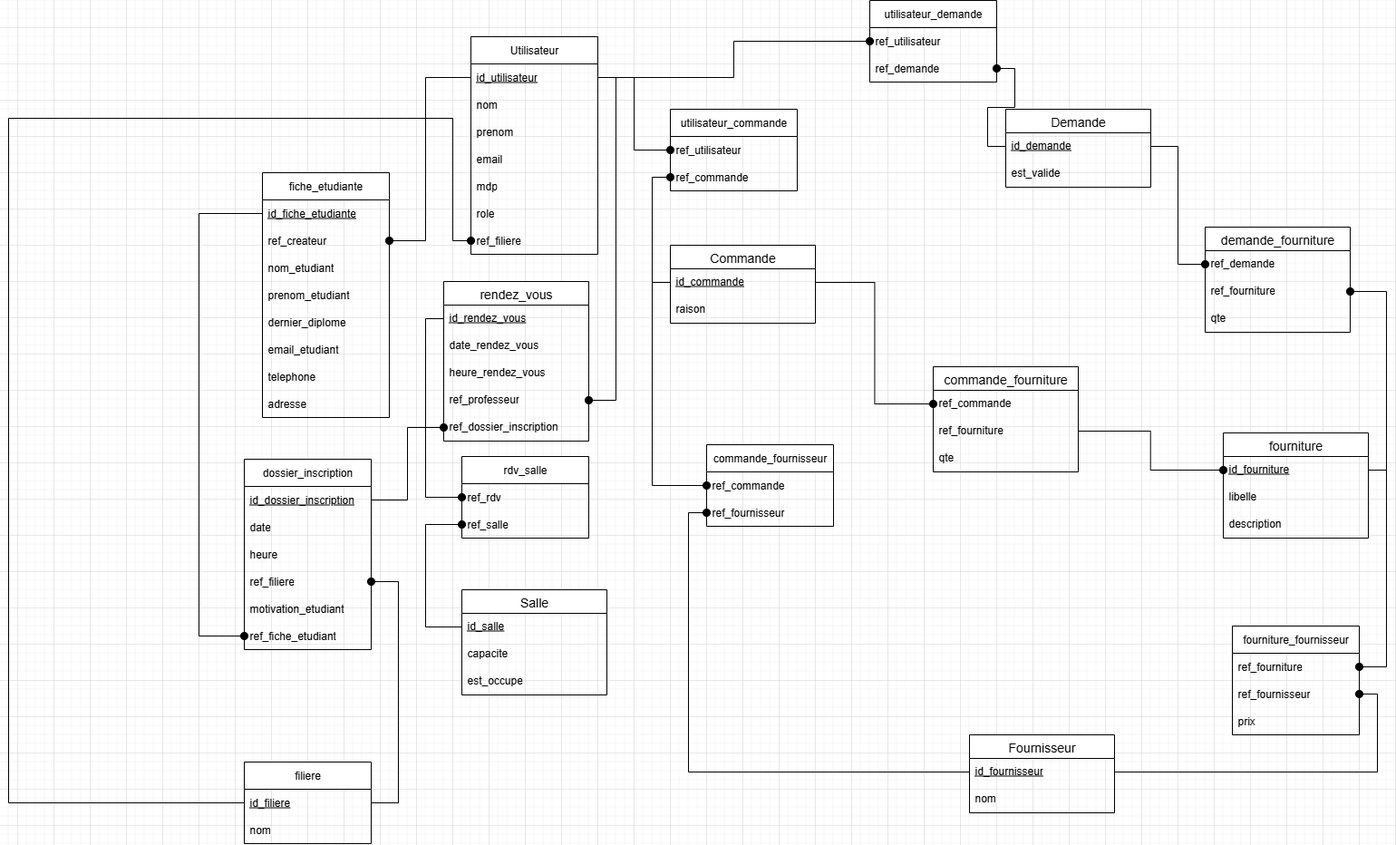
Ruthh-mt/gestion-LPRS keeps this draw.io diagram as info/mcd java-Page-2.drawio.png. Above is the earlier version. Source tidied: cells renumbered, new cells last; positions are measured from the earlier drawing's top-left corner, leaving out a move shared by most shapes.
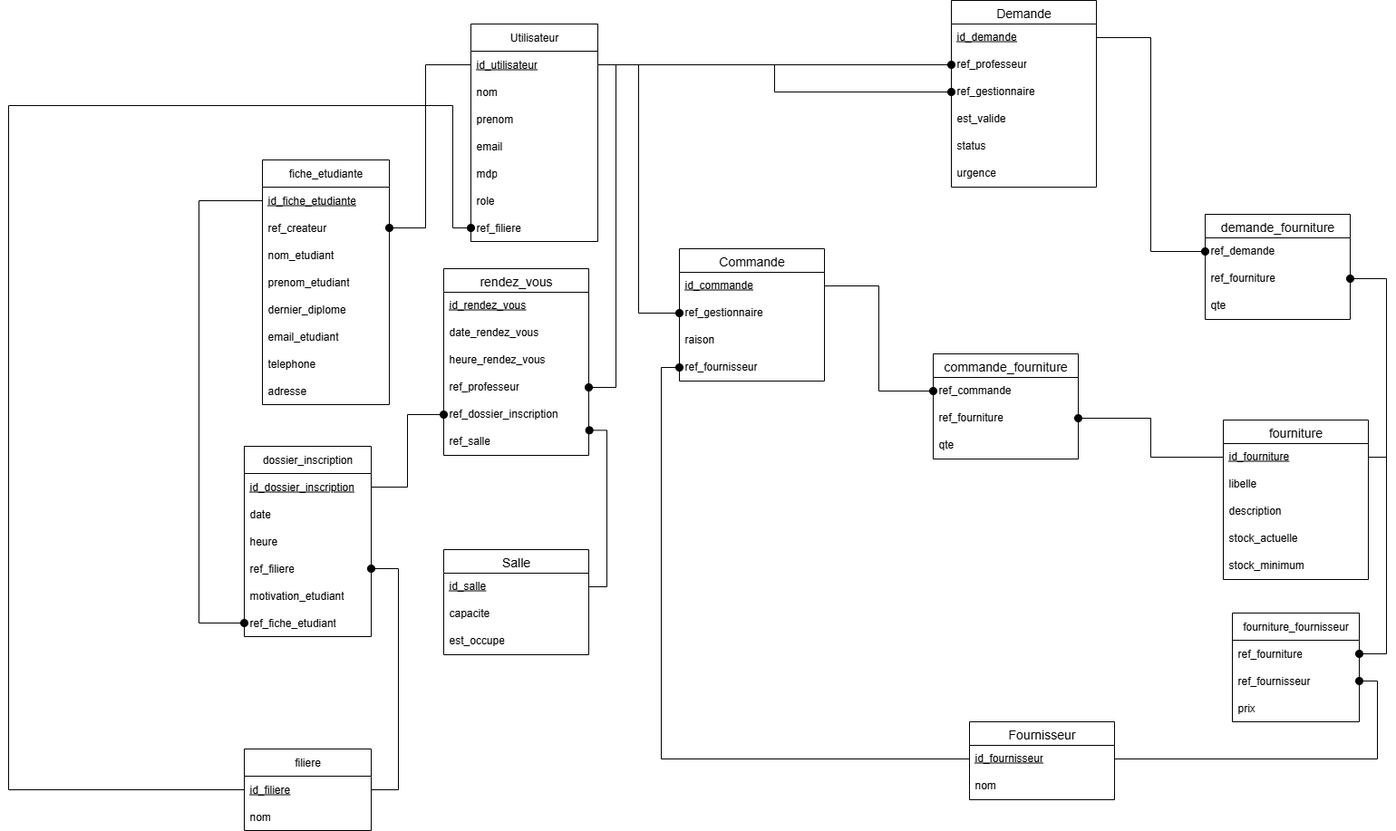
Later version of the same file.

Commit message:
feat : modification des mcd et mld

The edit, as a diff of the source:
```diff
@@ -84,7 +84,7 @@
       <mxGeometry y="60" width="140" height="30" as="geometry" />
     </mxCell>
     <mxCell id="29" value="rendez_vous" style="swimlane;fontStyle=0;horizontal=1;startSize=26;align=center;fontSize=14;" parent="1" vertex="1">
-      <mxGeometry x="480" y="310" width="160" height="176" as="geometry" />
+      <mxGeometry x="480" y="310" width="160" height="206" as="geometry" />
     </mxCell>
     <mxCell id="30" value="&lt;u&gt;id_rendez_vous&lt;/u&gt;" style="text;strokeColor=none;fillColor=none;spacingLeft=4;spacingRight=4;overflow=hidden;points=[[0,0.5],[1,0.5]];portConstraint=eastwest;fontSize=12;whiteSpace=wrap;html=1;" parent="29" vertex="1">
       <mxGeometry y="26" width="160" height="30" as="geometry" />
@@ -101,8 +101,11 @@
     <mxCell id="34" value="ref_dossier_inscription&lt;div&gt;&lt;br&gt;&lt;/div&gt;" style="text;strokeColor=none;fillColor=none;spacingLeft=4;spacingRight=4;overflow=hidden;points=[[0,0.5],[1,0.5]];portConstraint=eastwest;fontSize=12;whiteSpace=wrap;html=1;" parent="29" vertex="1">
       <mxGeometry y="146" width="160" height="30" as="geometry" />
     </mxCell>
+    <mxCell id="54" value="&lt;div&gt;ref_salle&lt;/div&gt;" style="text;strokeColor=none;fillColor=none;spacingLeft=4;spacingRight=4;overflow=hidden;points=[[0,0.5],[1,0.5]];portConstraint=eastwest;fontSize=12;whiteSpace=wrap;html=1;" parent="29" vertex="1">
+      <mxGeometry y="176" width="160" height="30" as="geometry" />
+    </mxCell>
     <mxCell id="35" value="Salle" style="swimlane;fontStyle=0;horizontal=1;startSize=26;align=center;fontSize=14;" parent="1" vertex="1">
-      <mxGeometry x="500" y="650" width="160" height="116" as="geometry" />
+      <mxGeometry x="480" y="620" width="160" height="116" as="geometry" />
     </mxCell>
     <mxCell id="36" value="&lt;u&gt;id_salle&lt;/u&gt;" style="text;strokeColor=none;fillColor=none;spacingLeft=4;spacingRight=4;overflow=hidden;points=[[0,0.5],[1,0.5]];portConstraint=eastwest;fontSize=12;whiteSpace=wrap;html=1;" parent="35" vertex="1">
       <mxGeometry y="26" width="160" height="30" as="geometry" />
@@ -114,25 +117,43 @@
       <mxGeometry y="86" width="160" height="30" as="geometry" />
     </mxCell>
     <mxCell id="39" value="Demande" style="swimlane;fontStyle=0;horizontal=1;startSize=26;align=center;fontSize=14;" parent="1" vertex="1">
-      <mxGeometry x="1100" y="120" width="160" height="86" as="geometry" />
+      <mxGeometry x="1040" y="14" width="160" height="206" as="geometry" />
     </mxCell>
     <mxCell id="40" value="&lt;u&gt;id_demande&lt;/u&gt;" style="text;strokeColor=none;fillColor=none;spacingLeft=4;spacingRight=4;overflow=hidden;points=[[0,0.5],[1,0.5]];portConstraint=eastwest;fontSize=12;whiteSpace=wrap;html=1;" parent="39" vertex="1">
       <mxGeometry y="26" width="160" height="30" as="geometry" />
     </mxCell>
+    <mxCell id="96" value="ref_professeur" style="text;strokeColor=none;fillColor=none;spacingLeft=4;spacingRight=4;overflow=hidden;points=[[0,0.5],[1,0.5]];portConstraint=eastwest;fontSize=12;whiteSpace=wrap;html=1;" parent="39" vertex="1">
+      <mxGeometry y="56" width="160" height="30" as="geometry" />
+    </mxCell>
+    <mxCell id="97" value="ref_gestionnaire" style="text;strokeColor=none;fillColor=none;spacingLeft=4;spacingRight=4;overflow=hidden;points=[[0,0.5],[1,0.5]];portConstraint=eastwest;fontSize=12;whiteSpace=wrap;html=1;" parent="39" vertex="1">
+      <mxGeometry y="86" width="160" height="30" as="geometry" />
+    </mxCell>
     <mxCell id="41" value="est_valide" style="text;strokeColor=none;fillColor=none;spacingLeft=4;spacingRight=4;overflow=hidden;fontSize=12;whiteSpace=wrap;html=1;" parent="39" vertex="1">
-      <mxGeometry y="56" width="160" height="30" as="geometry" />
+      <mxGeometry y="116" width="160" height="30" as="geometry" />
     </mxCell>
+    <mxCell id="98" value="status" style="text;strokeColor=none;fillColor=none;spacingLeft=4;spacingRight=4;overflow=hidden;fontSize=12;whiteSpace=wrap;html=1;" parent="39" vertex="1">
+      <mxGeometry y="146" width="160" height="30" as="geometry" />
+    </mxCell>
+    <mxCell id="99" value="urgence" style="text;strokeColor=none;fillColor=none;spacingLeft=4;spacingRight=4;overflow=hidden;fontSize=12;whiteSpace=wrap;html=1;" parent="39" vertex="1">
+      <mxGeometry y="176" width="160" height="30" as="geometry" />
+    </mxCell>
     <mxCell id="42" value="Commande" style="swimlane;fontStyle=0;horizontal=1;startSize=26;align=center;fontSize=14;" parent="1" vertex="1">
-      <mxGeometry x="730" y="270" width="160" height="86" as="geometry" />
+      <mxGeometry x="740" y="288" width="160" height="146" as="geometry" />
     </mxCell>
     <mxCell id="43" value="&lt;u&gt;id_commande&lt;/u&gt;" style="text;strokeColor=none;fillColor=none;spacingLeft=4;spacingRight=4;overflow=hidden;points=[[0,0.5],[1,0.5]];portConstraint=eastwest;fontSize=12;whiteSpace=wrap;html=1;" parent="42" vertex="1">
       <mxGeometry y="26" width="160" height="30" as="geometry" />
     </mxCell>
+    <mxCell id="100" value="ref_gestionnaire" style="text;strokeColor=none;fillColor=none;spacingLeft=4;spacingRight=4;overflow=hidden;points=[[0,0.5],[1,0.5]];portConstraint=eastwest;fontSize=12;whiteSpace=wrap;html=1;" parent="42" vertex="1">
+      <mxGeometry y="56" width="160" height="30" as="geometry" />
+    </mxCell>
     <mxCell id="44" value="raison" style="text;strokeColor=none;fillColor=none;spacingLeft=4;spacingRight=4;overflow=hidden;fontSize=12;whiteSpace=wrap;html=1;" parent="42" vertex="1">
-      <mxGeometry y="56" width="160" height="30" as="geometry" />
+      <mxGeometry y="86" width="160" height="30" as="geometry" />
     </mxCell>
+    <mxCell id="60" value="ref_fournisseur" style="text;strokeColor=none;fillColor=none;spacingLeft=4;spacingRight=4;overflow=hidden;points=[[0,0.5],[1,0.5]];portConstraint=eastwest;fontSize=12;whiteSpace=wrap;html=1;" parent="42" vertex="1">
+      <mxGeometry y="116" width="160" height="30" as="geometry" />
+    </mxCell>
     <mxCell id="45" value="fourniture" style="swimlane;fontStyle=0;horizontal=1;startSize=26;align=center;fontSize=14;" parent="1" vertex="1">
-      <mxGeometry x="1340" y="477" width="160" height="116" as="geometry" />
+      <mxGeometry x="1340" y="477" width="160" height="176" as="geometry" />
     </mxCell>
     <mxCell id="46" value="&lt;u&gt;id_fourniture&lt;/u&gt;" style="text;strokeColor=none;fillColor=none;spacingLeft=4;spacingRight=4;overflow=hidden;points=[[0,0.5],[1,0.5]];portConstraint=eastwest;fontSize=12;whiteSpace=wrap;html=1;" parent="45" vertex="1">
       <mxGeometry y="26" width="160" height="30" as="geometry" />
@@ -143,6 +164,12 @@
     <mxCell id="48" value="description" style="text;strokeColor=none;fillColor=none;spacingLeft=4;spacingRight=4;overflow=hidden;fontSize=12;whiteSpace=wrap;html=1;" parent="45" vertex="1">
       <mxGeometry y="86" width="160" height="30" as="geometry" />
     </mxCell>
+    <mxCell id="101" value="stock_actuelle" style="text;strokeColor=none;fillColor=none;spacingLeft=4;spacingRight=4;overflow=hidden;fontSize=12;whiteSpace=wrap;html=1;" parent="45" vertex="1">
+      <mxGeometry y="116" width="160" height="30" as="geometry" />
+    </mxCell>
+    <mxCell id="102" value="stock_minimum" style="text;strokeColor=none;fillColor=none;spacingLeft=4;spacingRight=4;overflow=hidden;fontSize=12;whiteSpace=wrap;html=1;" parent="45" vertex="1">
+      <mxGeometry y="146" width="160" height="30" as="geometry" />
+    </mxCell>
     <mxCell id="49" value="Fournisseur" style="swimlane;fontStyle=0;horizontal=1;startSize=26;align=center;fontSize=14;" parent="1" vertex="1">
       <mxGeometry x="1060" y="810" width="160" height="86" as="geometry" />
     </mxCell>
@@ -152,29 +179,6 @@
     <mxCell id="51" value="nom" style="text;strokeColor=none;fillColor=none;spacingLeft=4;spacingRight=4;overflow=hidden;fontSize=12;whiteSpace=wrap;html=1;" parent="49" vertex="1">
       <mxGeometry y="56" width="160" height="30" as="geometry" />
     </mxCell>
-    <mxCell id="52" value="rdv_salle" style="swimlane;fontStyle=0;horizontal=1;startSize=30;whiteSpace=wrap;html=1;" parent="1" vertex="1">
-      <mxGeometry x="500" y="503" width="140" height="90" as="geometry" />
-    </mxCell>
-    <mxCell id="53" value="ref_rdv" style="text;strokeColor=none;fillColor=none;align=left;verticalAlign=middle;spacingLeft=4;spacingRight=4;overflow=hidden;points=[[0,0.5],[1,0.5]];portConstraint=eastwest;whiteSpace=wrap;html=1;" parent="52" vertex="1">
-      <mxGeometry y="30" width="140" height="30" as="geometry" />
-    </mxCell>
-    <mxCell id="54" value="ref_salle" style="text;strokeColor=none;fillColor=none;align=left;verticalAlign=middle;spacingLeft=4;spacingRight=4;overflow=hidden;points=[[0,0.5],[1,0.5]];portConstraint=eastwest;whiteSpace=wrap;html=1;" parent="52" vertex="1">
-      <mxGeometry y="60" width="140" height="30" as="geometry" />
-    </mxCell>
-    <mxCell id="55" style="edgeStyle=elbowEdgeStyle;elbow=horizontal;endArrow=oval;html=1;curved=0;rounded=0;endSize=8;startSize=8;fontSize=12;endFill=1;exitX=0;exitY=0.5;exitDx=0;exitDy=0;entryX=0;entryY=0.5;entryDx=0;entryDy=0;" parent="1" edge="1" source="36" target="54">
-      <mxGeometry relative="1" as="geometry">
-        <Array as="points">
-          <mxPoint x="460" y="619" />
-        </Array>
-      </mxGeometry>
-    </mxCell>
-    <mxCell id="56" style="edgeStyle=elbowEdgeStyle;elbow=horizontal;endArrow=oval;html=1;curved=0;rounded=0;endSize=8;startSize=8;fontSize=12;endFill=1;entryX=0;entryY=0.5;entryDx=0;entryDy=0;exitX=0;exitY=0.5;exitDx=0;exitDy=0;" parent="1" edge="1" source="30" target="53">
-      <mxGeometry relative="1" as="geometry">
-        <Array as="points">
-          <mxPoint x="460" y="299" />
-        </Array>
-      </mxGeometry>
-    </mxCell>
     <mxCell id="57" style="edgeStyle=elbowEdgeStyle;elbow=horizontal;endArrow=oval;html=1;curved=0;rounded=0;endSize=8;startSize=8;fontSize=12;endFill=1;exitX=0;exitY=0.5;exitDx=0;exitDy=0;entryX=0;entryY=0.5;entryDx=0;entryDy=0;" parent="1" edge="1" source="11" target="25">
       <mxGeometry relative="1" as="geometry">
         <Array as="points">
@@ -182,15 +186,6 @@
         </Array>
       </mxGeometry>
     </mxCell>
-    <mxCell id="58" value="commande_fournisseur" style="swimlane;fontStyle=0;horizontal=1;startSize=30;whiteSpace=wrap;html=1;" parent="1" vertex="1">
-      <mxGeometry x="770" y="490" width="140" height="90" as="geometry" />
-    </mxCell>
-    <mxCell id="59" value="ref_commande" style="text;strokeColor=none;fillColor=none;align=left;verticalAlign=middle;spacingLeft=4;spacingRight=4;overflow=hidden;points=[[0,0.5],[1,0.5]];portConstraint=eastwest;whiteSpace=wrap;html=1;" parent="58" vertex="1">
-      <mxGeometry y="30" width="140" height="30" as="geometry" />
-    </mxCell>
-    <mxCell id="60" value="ref_fournisseur" style="text;strokeColor=none;fillColor=none;align=left;verticalAlign=middle;spacingLeft=4;spacingRight=4;overflow=hidden;points=[[0,0.5],[1,0.5]];portConstraint=eastwest;whiteSpace=wrap;html=1;" parent="58" vertex="1">
-      <mxGeometry y="60" width="140" height="30" as="geometry" />
-    </mxCell>
     <mxCell id="61" value="fourniture_fournisseur" style="swimlane;fontStyle=0;horizontal=1;startSize=30;whiteSpace=wrap;html=1;" parent="1" vertex="1">
       <mxGeometry x="1350" y="690" width="140" height="120" as="geometry" />
     </mxCell>
@@ -203,24 +198,6 @@
     <mxCell id="64" value="prix" style="text;strokeColor=none;fillColor=none;align=left;verticalAlign=middle;spacingLeft=4;spacingRight=4;overflow=hidden;whiteSpace=wrap;html=1;" parent="61" vertex="1">
       <mxGeometry y="90" width="140" height="30" as="geometry" />
     </mxCell>
-    <mxCell id="65" value="utilisateur_commande" style="swimlane;fontStyle=0;horizontal=1;startSize=30;whiteSpace=wrap;html=1;" parent="1" vertex="1">
-      <mxGeometry x="730" y="120" width="140" height="90" as="geometry" />
-    </mxCell>
-    <mxCell id="66" value="ref_utilisateur" style="text;strokeColor=none;fillColor=none;align=left;verticalAlign=middle;spacingLeft=4;spacingRight=4;overflow=hidden;points=[[0,0.5],[1,0.5]];portConstraint=eastwest;whiteSpace=wrap;html=1;" parent="65" vertex="1">
-      <mxGeometry y="30" width="140" height="30" as="geometry" />
-    </mxCell>
-    <mxCell id="67" value="ref_commande" style="text;strokeColor=none;fillColor=none;align=left;verticalAlign=middle;spacingLeft=4;spacingRight=4;overflow=hidden;points=[[0,0.5],[1,0.5]];portConstraint=eastwest;whiteSpace=wrap;html=1;" parent="65" vertex="1">
-      <mxGeometry y="60" width="140" height="30" as="geometry" />
-    </mxCell>
-    <mxCell id="68" value="utilisateur_demande" style="swimlane;fontStyle=0;horizontal=1;startSize=30;whiteSpace=wrap;html=1;" parent="1" vertex="1">
-      <mxGeometry x="950" width="140" height="90" as="geometry" />
-    </mxCell>
-    <mxCell id="69" value="ref_utilisateur" style="text;strokeColor=none;fillColor=none;align=left;verticalAlign=middle;spacingLeft=4;spacingRight=4;overflow=hidden;points=[[0,0.5],[1,0.5]];portConstraint=eastwest;whiteSpace=wrap;html=1;" parent="68" vertex="1">
-      <mxGeometry y="30" width="140" height="30" as="geometry" />
-    </mxCell>
-    <mxCell id="70" value="ref_demande" style="text;strokeColor=none;fillColor=none;align=left;verticalAlign=middle;spacingLeft=4;spacingRight=4;overflow=hidden;points=[[0,0.5],[1,0.5]];portConstraint=eastwest;whiteSpace=wrap;html=1;" parent="68" vertex="1">
-      <mxGeometry y="60" width="140" height="30" as="geometry" />
-    </mxCell>
     <mxCell id="71" value="demande_fourniture" style="swimlane;fontStyle=0;horizontal=1;startSize=26;align=center;fontSize=14;" parent="1" vertex="1">
       <mxGeometry x="1320" y="250" width="160" height="116" as="geometry" />
     </mxCell>
@@ -253,9 +230,6 @@
         </Array>
       </mxGeometry>
     </mxCell>
-    <mxCell id="80" style="edgeStyle=elbowEdgeStyle;elbow=horizontal;endArrow=oval;html=1;curved=0;rounded=0;endSize=8;startSize=8;fontSize=12;exitX=1;exitY=0.5;exitDx=0;exitDy=0;endFill=1;" parent="1" edge="1" source="77" target="46">
-      <mxGeometry relative="1" as="geometry" />
-    </mxCell>
     <mxCell id="81" style="edgeStyle=elbowEdgeStyle;elbow=horizontal;endArrow=oval;html=1;curved=0;rounded=0;endSize=8;startSize=8;fontSize=12;exitX=1;exitY=0.5;exitDx=0;exitDy=0;endFill=1;entryX=0;entryY=0.5;entryDx=0;entryDy=0;" parent="1" edge="1" source="43" target="76">
       <mxGeometry relative="1" as="geometry" />
     </mxCell>
@@ -269,15 +243,6 @@
     <mxCell id="83" style="edgeStyle=orthogonalEdgeStyle;rounded=0;jettySize=auto;html=1;exitX=1;exitY=0.5;exitDx=0;exitDy=0;entryX=0;entryY=0.5;entryDx=0;entryDy=0;fontSize=12;startSize=8;endSize=8;endArrow=oval;endFill=1;" parent="1" edge="1" source="20" target="34">
       <mxGeometry relative="1" as="geometry" />
     </mxCell>
-    <mxCell id="84" style="edgeStyle=orthogonalEdgeStyle;rounded=0;jettySize=auto;html=1;exitX=0;exitY=0.5;exitDx=0;exitDy=0;entryX=0;entryY=0.5;entryDx=0;entryDy=0;fontSize=12;startSize=8;endSize=8;endArrow=oval;endFill=1;" parent="1" edge="1" source="43" target="67">
-      <mxGeometry relative="1" as="geometry" />
-    </mxCell>
-    <mxCell id="85" style="edgeStyle=orthogonalEdgeStyle;rounded=0;jettySize=auto;html=1;exitX=0;exitY=0.5;exitDx=0;exitDy=0;entryX=0;entryY=0.5;entryDx=0;entryDy=0;fontSize=12;startSize=8;endSize=8;endArrow=oval;endFill=1;" parent="1" edge="1" source="43" target="59">
-      <mxGeometry relative="1" as="geometry" />
-    </mxCell>
-    <mxCell id="86" style="edgeStyle=orthogonalEdgeStyle;rounded=0;jettySize=auto;html=1;exitX=0;exitY=0.5;exitDx=0;exitDy=0;entryX=0;entryY=0.5;entryDx=0;entryDy=0;fontSize=12;startSize=8;endSize=8;endArrow=oval;endFill=1;" parent="1" edge="1" source="50" target="60">
-      <mxGeometry relative="1" as="geometry" />
-    </mxCell>
     <mxCell id="87" style="edgeStyle=orthogonalEdgeStyle;rounded=0;jettySize=auto;html=1;exitX=1;exitY=0.5;exitDx=0;exitDy=0;entryX=1;entryY=0.5;entryDx=0;entryDy=0;fontSize=12;startSize=8;endSize=8;endArrow=oval;endFill=1;" parent="1" edge="1" source="50" target="63">
       <mxGeometry relative="1" as="geometry" />
     </mxCell>
@@ -293,15 +258,6 @@
     <mxCell id="91" style="edgeStyle=orthogonalEdgeStyle;rounded=0;jettySize=auto;html=1;exitX=1;exitY=0.5;exitDx=0;exitDy=0;entryX=1;entryY=0.5;entryDx=0;entryDy=0;fontSize=12;startSize=8;endSize=8;endArrow=oval;endFill=1;" parent="1" edge="1" source="3" target="33">
       <mxGeometry relative="1" as="geometry" />
     </mxCell>
-    <mxCell id="92" style="edgeStyle=orthogonalEdgeStyle;rounded=0;jettySize=auto;html=1;exitX=1;exitY=0.5;exitDx=0;exitDy=0;entryX=0;entryY=0.5;entryDx=0;entryDy=0;fontSize=12;startSize=8;endSize=8;endArrow=oval;endFill=1;" parent="1" edge="1" source="3" target="66">
-      <mxGeometry relative="1" as="geometry" />
-    </mxCell>
-    <mxCell id="93" style="edgeStyle=orthogonalEdgeStyle;rounded=0;jettySize=auto;html=1;exitX=1;exitY=0.5;exitDx=0;exitDy=0;entryX=0;entryY=0.5;entryDx=0;entryDy=0;fontSize=12;startSize=8;endSize=8;endArrow=oval;endFill=1;" parent="1" edge="1" source="3" target="69">
-      <mxGeometry relative="1" as="geometry" />
-    </mxCell>
-    <mxCell id="94" style="edgeStyle=orthogonalEdgeStyle;rounded=0;jettySize=auto;html=1;exitX=0;exitY=0.5;exitDx=0;exitDy=0;entryX=1;entryY=0.5;entryDx=0;entryDy=0;fontSize=12;startSize=8;endSize=8;endArrow=oval;endFill=1;" parent="1" edge="1" source="40" target="70">
-      <mxGeometry relative="1" as="geometry" />
-    </mxCell>
     <mxCell id="95" style="edgeStyle=orthogonalEdgeStyle;rounded=0;jettySize=auto;html=1;exitX=0;exitY=0.5;exitDx=0;exitDy=0;entryX=0;entryY=0.5;entryDx=0;entryDy=0;fontSize=12;startSize=8;endSize=8;endArrow=oval;endFill=1;" parent="1" edge="1" source="27" target="9">
       <mxGeometry relative="1" as="geometry">
         <Array as="points">
@@ -312,5 +268,23 @@
         </Array>
       </mxGeometry>
     </mxCell>
+    <mxCell id="55" style="edgeStyle=orthogonalEdgeStyle;rounded=0;jettySize=auto;html=1;exitX=1;exitY=0.5;exitDx=0;exitDy=0;entryX=1.004;entryY=0.078;entryDx=0;entryDy=0;entryPerimeter=0;fontSize=12;startSize=8;endSize=8;endArrow=oval;endFill=1;" parent="1" edge="1" source="36" target="54">
+      <mxGeometry relative="1" as="geometry" />
+    </mxCell>
+    <mxCell id="86" style="edgeStyle=orthogonalEdgeStyle;rounded=0;jettySize=auto;html=1;exitX=0;exitY=0.5;exitDx=0;exitDy=0;entryX=0;entryY=0.5;entryDx=0;entryDy=0;fontSize=12;startSize=8;endSize=8;endArrow=oval;endFill=1;" parent="1" edge="1" source="50" target="60">
+      <mxGeometry relative="1" as="geometry" />
+    </mxCell>
+    <mxCell id="103" style="edgeStyle=orthogonalEdgeStyle;rounded=0;jettySize=auto;html=1;exitX=1;exitY=0.5;exitDx=0;exitDy=0;entryX=0;entryY=0.5;entryDx=0;entryDy=0;fontSize=12;startSize=8;endSize=8;endArrow=oval;endFill=1;" parent="1" edge="1" source="3" target="100">
+      <mxGeometry relative="1" as="geometry" />
+    </mxCell>
+    <mxCell id="104" style="edgeStyle=orthogonalEdgeStyle;rounded=0;jettySize=auto;html=1;exitX=1;exitY=0.5;exitDx=0;exitDy=0;entryX=0;entryY=0.5;entryDx=0;entryDy=0;fontSize=12;startSize=8;endSize=8;endArrow=oval;endFill=1;" parent="1" edge="1" source="3" target="96">
+      <mxGeometry relative="1" as="geometry" />
+    </mxCell>
+    <mxCell id="105" style="edgeStyle=orthogonalEdgeStyle;rounded=0;jettySize=auto;html=1;exitX=1;exitY=0.5;exitDx=0;exitDy=0;fontSize=12;startSize=8;endSize=8;endArrow=oval;endFill=1;" parent="1" edge="1" source="3" target="97">
+      <mxGeometry relative="1" as="geometry" />
+    </mxCell>
+    <mxCell id="106" style="edgeStyle=orthogonalEdgeStyle;rounded=0;jettySize=auto;html=1;exitX=0;exitY=0.5;exitDx=0;exitDy=0;entryX=1;entryY=0.5;entryDx=0;entryDy=0;fontSize=12;startSize=8;endSize=8;endArrow=oval;endFill=1;" parent="1" edge="1" source="46" target="77">
+      <mxGeometry relative="1" as="geometry" />
+    </mxCell>
   </root>
 </mxGraphModel>
```
